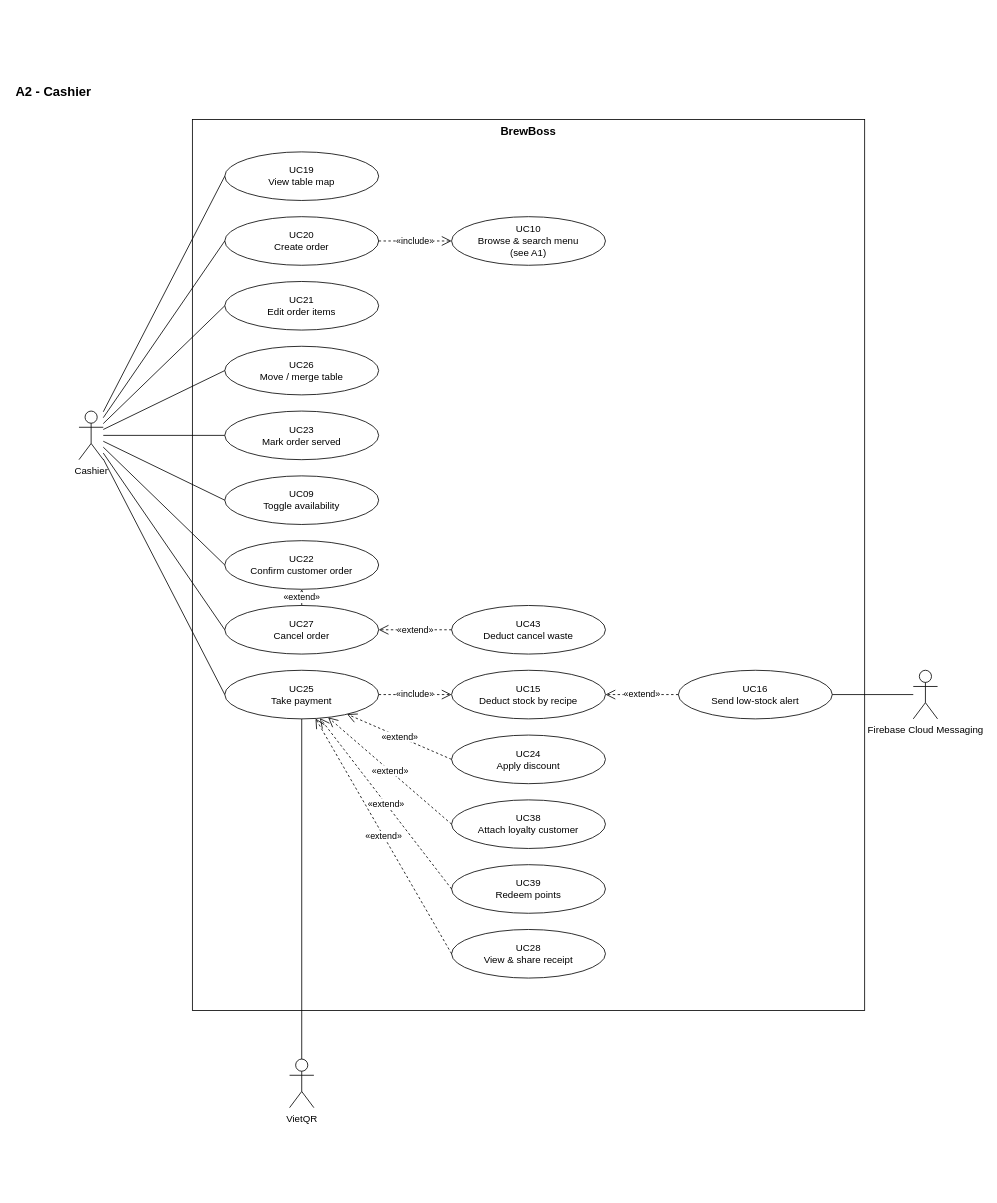
Before: page "A2 Cashier" (2 of 5) of docs/diagrams/use-case-by-actor.drawio in huytran303/CafeManagementSystem, a draw.io diagram. Source tidied: cells renumbered, new cells numbered last; positions are measured from the earlier drawing's top-left corner, leaving out a move shared by most shapes. Both pictures are drawn from the tidied source at 81%, with x=0, y=0 at pixel (14, 79).
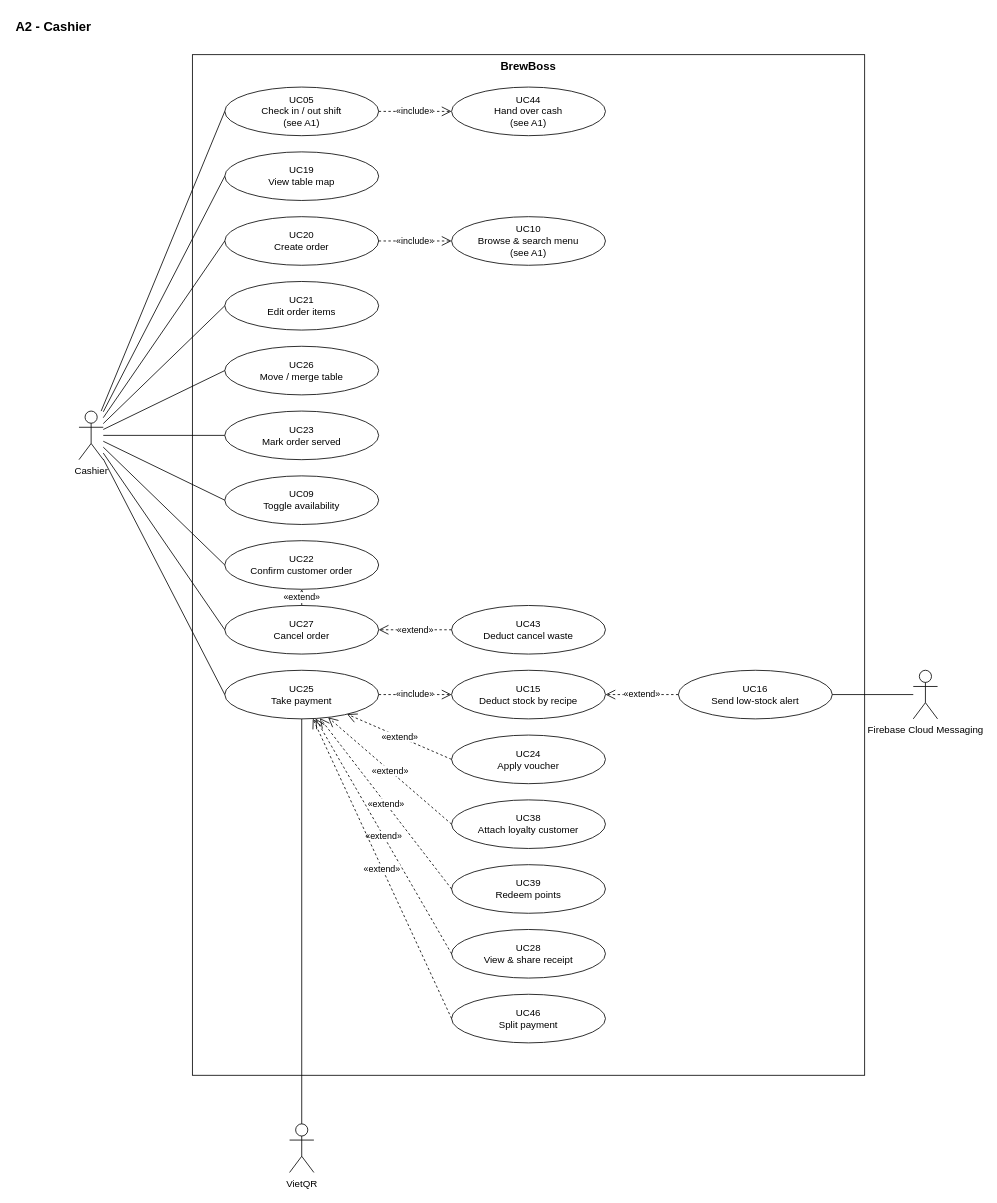
The same page after the edit.

The change refers to these unchanged cells:
```xml
<mxCell id="12" value="UC25&lt;br&gt;Take payment" style="ellipse;whiteSpace=wrap;html=1;fillColor=#ffffff;fontSize=12;" parent="1" vertex="1">
  <mxGeometry x="260" y="730" width="190" height="60" as="geometry" />
</mxCell>
<mxCell id="21" value="Cashier" style="shape=umlActor;verticalLabelPosition=bottom;verticalAlign=top;html=1;outlineConnect=0;fillColor=#ffffff;" parent="1" vertex="1">
  <mxGeometry x="80" y="410" width="30" height="60" as="geometry" />
</mxCell>
```

What changed in the source:
```diff
@@
     <mxCell id="2" value="A2 - Cashier" style="text;html=1;align=left;verticalAlign=middle;fontStyle=1;fontSize=16;" parent="1" vertex="1">
-      <mxGeometry width="700" height="30" as="geometry" />
+      <mxGeometry y="-80" width="700" height="30" as="geometry" />
     </mxCell>
     <mxCell id="3" value="BrewBoss" style="rounded=0;whiteSpace=wrap;html=1;fillColor=none;verticalAlign=top;fontStyle=1;fontSize=14;" parent="1" vertex="1">
-      <mxGeometry x="220" y="50" width="830" height="1100" as="geometry" />
+      <mxGeometry x="220" y="-30" width="830" height="1260" as="geometry" />
     </mxCell>
@@
-    <mxCell id="16" value="UC24&lt;br&gt;Apply discount" style="ellipse;whiteSpace=wrap;html=1;fillColor=#ffffff;fontSize=12;" parent="1" vertex="1">
+    <mxCell id="16" value="UC24&lt;br&gt;Apply voucher" style="ellipse;whiteSpace=wrap;html=1;fillColor=#ffffff;fontSize=12;" parent="1" vertex="1">
       <mxGeometry x="540" y="810" width="190" height="60" as="geometry" />
     </mxCell>
@@
+    <mxCell id="44" value="UC05&lt;br&gt;Check in / out shift&lt;br&gt;(see A1)" style="ellipse;whiteSpace=wrap;html=1;fillColor=#ffffff;fontSize=12;" parent="1" vertex="1">
+      <mxGeometry x="260" y="10" width="190" height="60" as="geometry" />
+    </mxCell>
+    <mxCell id="45" value="UC44&lt;br&gt;Hand over cash&lt;br&gt;(see A1)" style="ellipse;whiteSpace=wrap;html=1;fillColor=#ffffff;fontSize=12;" parent="1" vertex="1">
+      <mxGeometry x="540" y="10" width="190" height="60" as="geometry" />
+    </mxCell>
+    <mxCell id="46" value="UC46&lt;br&gt;Split payment" style="ellipse;whiteSpace=wrap;html=1;fillColor=#ffffff;fontSize=12;" parent="1" vertex="1">
+      <mxGeometry x="540" y="1130" width="190" height="60" as="geometry" />
+    </mxCell>
@@
     <mxCell id="22" value="VietQR" style="shape=umlActor;verticalLabelPosition=bottom;verticalAlign=top;html=1;outlineConnect=0;fillColor=#ffffff;" parent="1" vertex="1">
-      <mxGeometry x="340" y="1210" width="30" height="60" as="geometry" />
+      <mxGeometry x="340" y="1290" width="30" height="60" as="geometry" />
     </mxCell>
@@
+    <mxCell id="47" style="endArrow=none;html=1;rounded=0;entryX=0;entryY=0.5;entryDx=0;entryDy=0;" parent="1" edge="1" source="21" target="44">
+      <mxGeometry relative="1" as="geometry" />
+    </mxCell>
+    <mxCell id="48" value="«include»" style="dashed=1;endArrow=open;endFill=0;endSize=10;html=1;rounded=0;fontSize=11;labelBackgroundColor=#ffffff;" parent="1" edge="1" source="44" target="45">
+      <mxGeometry relative="1" as="geometry" />
+    </mxCell>
+    <mxCell id="49" value="«extend»" style="dashed=1;endArrow=open;endFill=0;endSize=10;html=1;rounded=0;fontSize=11;labelBackgroundColor=#ffffff;exitX=0;exitY=0.5;exitDx=0;exitDy=0;" parent="1" edge="1" source="46" target="12">
+      <mxGeometry relative="1" as="geometry" />
+    </mxCell>
```
